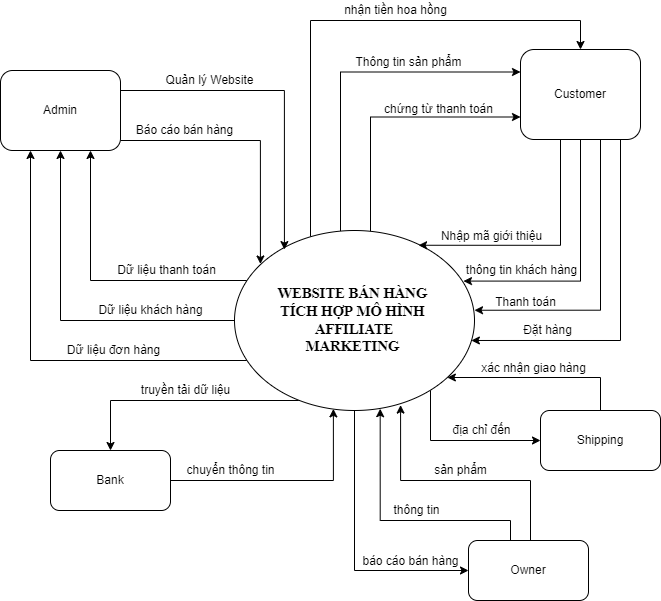
Above: SystemContent.png in leanhtuan9497/DoAnTotNghiep (draw.io), before the change. Source tidied: cells renumbered, new cells last; positions are measured from the earlier drawing's top-left corner, leaving out a move shared by most shapes.
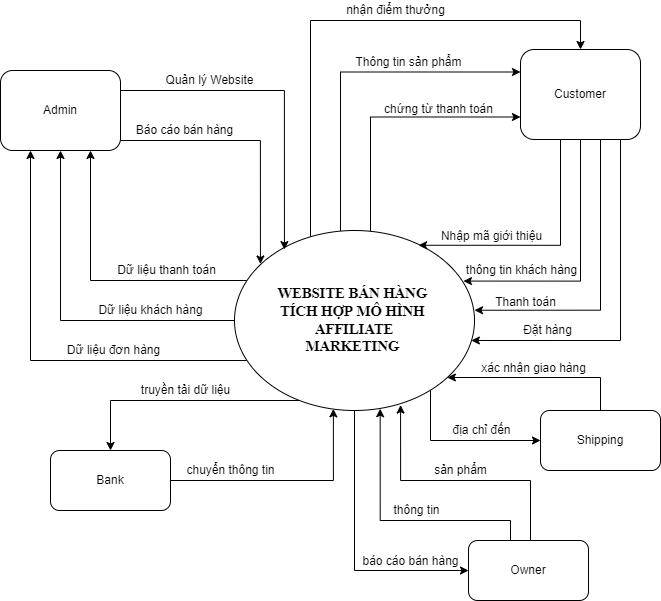
The same file after the commit.

Change to the diagram source:
```diff
@@ -206,8 +206,8 @@
     <mxCell id="43" value="Thông tin sản phẩm" style="text;html=1;align=center;verticalAlign=middle;strokeColor=none;fillColor=none;" parent="1" vertex="1">
       <mxGeometry x="348" y="52" width="120" height="20" as="geometry" />
     </mxCell>
-    <mxCell id="44" value="nhận tiền hoa hồng" style="text;html=1;align=center;verticalAlign=middle;strokeColor=none;fillColor=none;" parent="1" vertex="1">
-      <mxGeometry x="335" width="120" height="20" as="geometry" />
+    <mxCell id="44" value="nhận điểm thưởng" style="text;html=1;align=center;verticalAlign=middle;strokeColor=none;fillColor=none;" parent="1" vertex="1">
+      <mxGeometry x="340" width="110" height="20" as="geometry" />
     </mxCell>
     <mxCell id="45" value="Nhập mã giới thiệu" style="text;html=1;align=center;verticalAlign=middle;strokeColor=none;fillColor=none;" parent="1" vertex="1">
       <mxGeometry x="431" y="226" width="120" height="20" as="geometry" />
```
